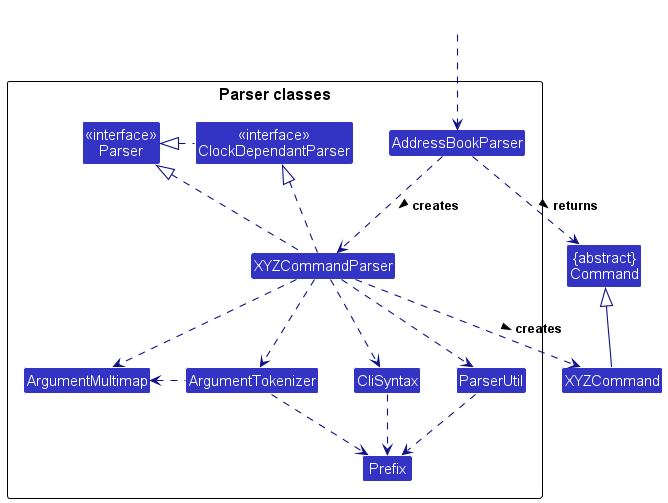
This is docs/images/ParserClasses.png from xavierpok/tp, a PlantUML export, as it was before one commit.
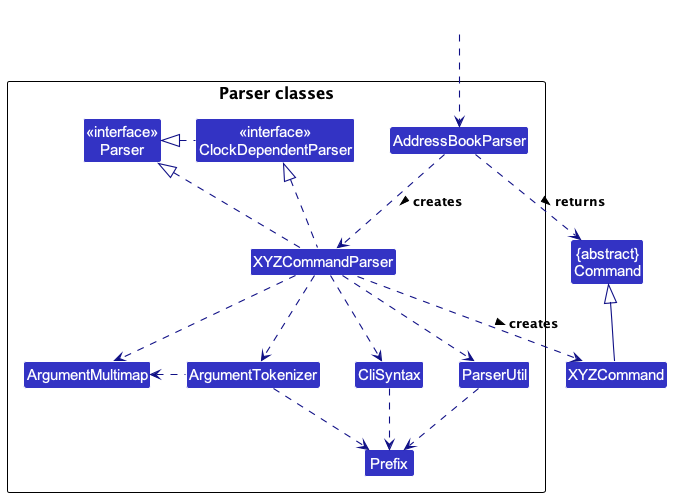
The same diagram one commit later.

What changed in the source:
```diff
@@ -9,7 +9,7 @@
 
 package "Parser classes"{
 Class "<<interface>>\nParser" as Parser
-Class "<<interface>>\nClockDependantParser" as ClockDependantParser
+Class "<<interface>>\nClockDependentParser" as ClockDependentParser
 Class AddressBookParser
 Class XYZCommandParser
 Class CliSyntax
@@ -26,9 +26,9 @@
 
 XYZCommandParser ..> XYZCommand : creates >
 AddressBookParser ..> Command : returns >
-ClockDependantParser .left.|> Parser
+ClockDependentParser .left.|> Parser
 XYZCommandParser .up.|> Parser
-XYZCommandParser .up.|> ClockDependantParser
+XYZCommandParser .up.|> ClockDependentParser
 XYZCommandParser ..> ArgumentMultimap
 XYZCommandParser ..> ArgumentTokenizer
 ArgumentTokenizer .left.> ArgumentMultimap
```
